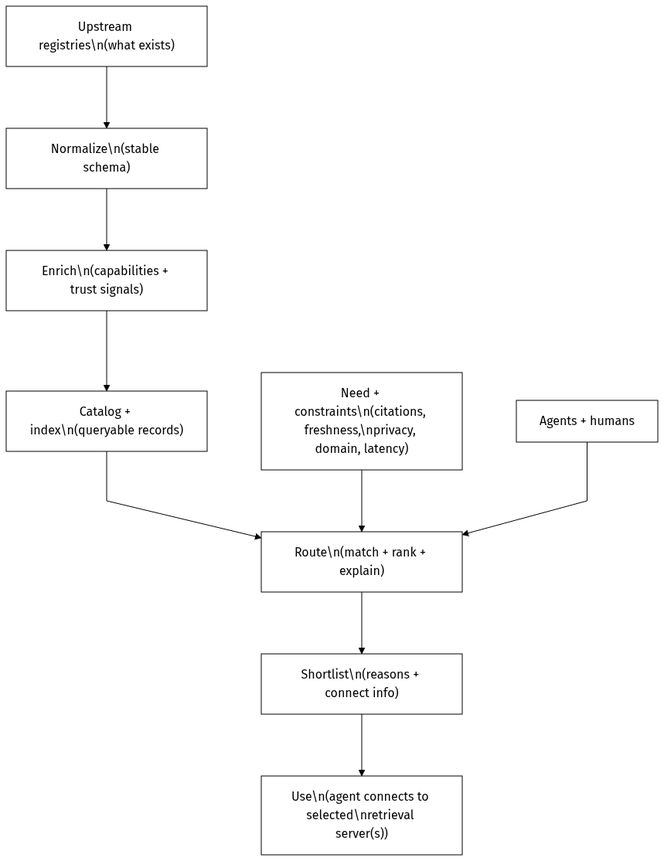
Earlier version of the Mermaid export docs/diagrams/ragmap-architecture.png (khalidsaidi/ragmap). Its source is kept beside it as docs/diagrams/ragmap-architecture.mmd.
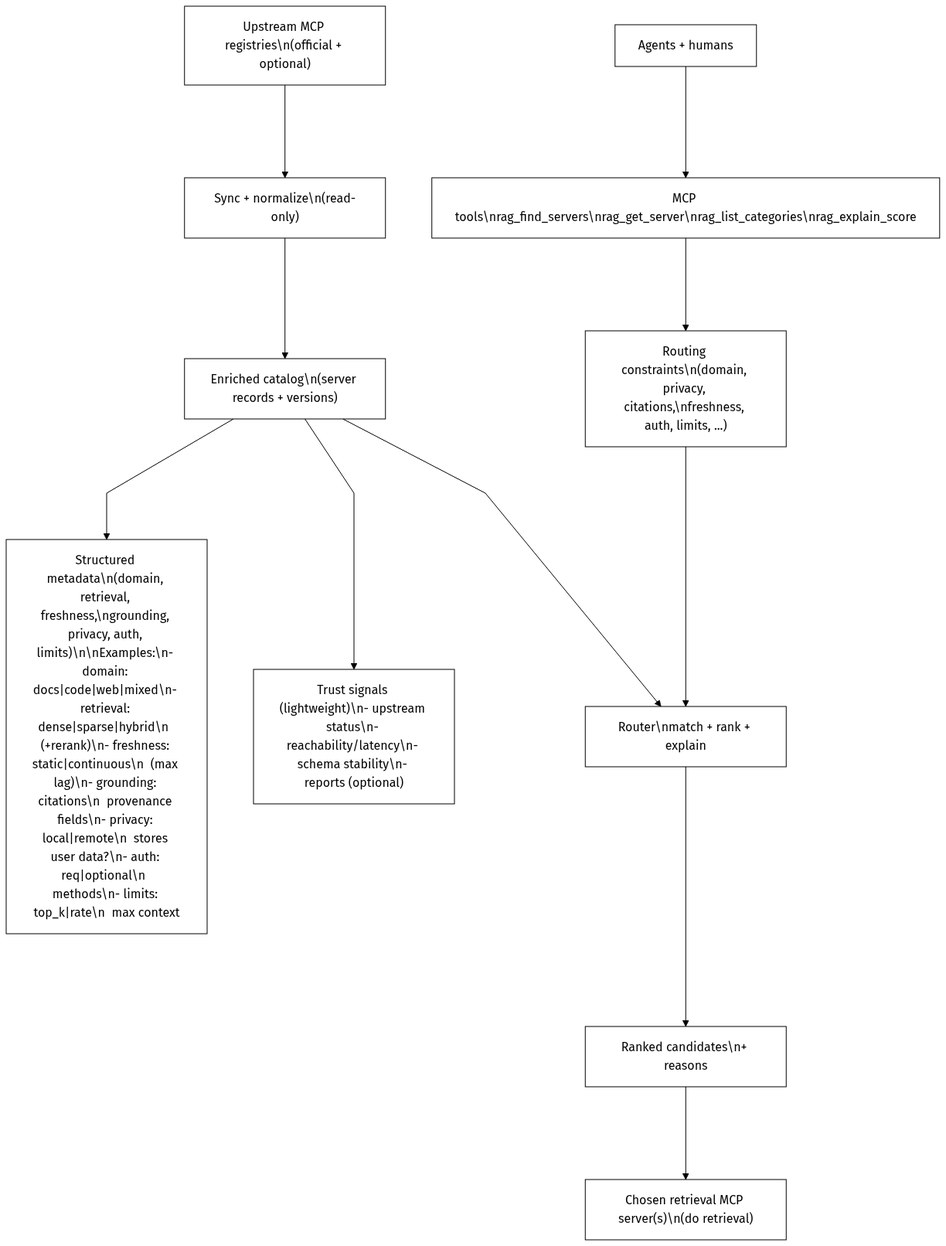
The same file after the commit.

Commit message:
docs: improve concept diagram (metadata + tools + constraints)

The edit, as a diff of the source:
```diff
@@ -1,19 +1,25 @@
-%%{init: {"theme":"base","themeVariables":{"primaryColor":"#ffffff","primaryTextColor":"#000000","primaryBorderColor":"#000000","lineColor":"#000000","secondaryColor":"#ffffff","tertiaryColor":"#ffffff","clusterBkg":"#ffffff","clusterBorder":"#000000","edgeLabelBackground":"#ffffff"},"flowchart":{"curve":"linear","nodeSpacing":70,"rankSpacing":80}}}%%
-flowchart TD
+%%{init: {"theme":"base","themeVariables":{"primaryColor":"#ffffff","primaryTextColor":"#000000","primaryBorderColor":"#000000","lineColor":"#000000","secondaryColor":"#ffffff","tertiaryColor":"#ffffff","clusterBkg":"#ffffff","clusterBorder":"#000000","edgeLabelBackground":"#ffffff"},"flowchart":{"curve":"linear","nodeSpacing":60,"rankSpacing":120}}}%%
+flowchart TB
 
   classDef mono fill:#ffffff,stroke:#000000,color:#000000,stroke-width:1px;
 
-  Sources["Upstream registries\n(what exists)"]:::mono
-  Normalize["Normalize\n(stable schema)"]:::mono
-  Enrich["Enrich\n(capabilities + trust signals)"]:::mono
-  Catalog["Catalog + index\n(queryable records)"]:::mono
-  Router["Route\n(match + rank + explain)"]:::mono
-  Output["Shortlist\n(reasons + connect info)"]:::mono
-  Use["Use\n(agent connects to selected\nretrieval server(s))"]:::mono
+  Sources["Upstream MCP registries\n(official + optional)"]:::mono
+  Sync["Sync + normalize\n(read-only)"]:::mono
+  Catalog["Enriched catalog\n(server records + versions)"]:::mono
 
-  Need["Need + constraints\n(citations, freshness,\nprivacy, domain, latency)"]:::mono
-  Consumers["Agents + humans"]:::mono
+  Cap["Structured metadata\n(domain, retrieval, freshness,\ngrounding, privacy, auth, limits)\n\nExamples:\n- domain: docs|code|web|mixed\n- retrieval: dense|sparse|hybrid\n  (+rerank)\n- freshness: static|continuous\n  (max lag)\n- grounding: citations\n  provenance fields\n- privacy: local|remote\n  stores user data?\n- auth: req|optional\n  methods\n- limits: top_k|rate\n  max context"]:::mono
 
-  Sources --> Normalize --> Enrich --> Catalog --> Router --> Output --> Use
-  Need --> Router
-  Consumers --> Router
+  Trust["Trust signals (lightweight)\n- upstream status\n- reachability/latency\n- schema stability\n- reports (optional)"]:::mono
+
+  Router["Router\nmatch + rank + explain"]:::mono
+  Ranked["Ranked candidates\n+ reasons"]:::mono
+  Retrieval["Chosen retrieval MCP server(s)\n(do retrieval)"]:::mono
+
+  Users["Agents + humans"]:::mono
+  Tools["MCP tools\nrag_find_servers\nrag_get_server\nrag_list_categories\nrag_explain_score"]:::mono
+  Criteria["Routing constraints\n(domain, privacy, citations,\nfreshness, auth, limits, ...)"]:::mono
+
+  Sources --> Sync --> Catalog --> Router --> Ranked --> Retrieval
+  Catalog --> Cap
+  Catalog --> Trust
+  Users --> Tools --> Criteria --> Router
```
